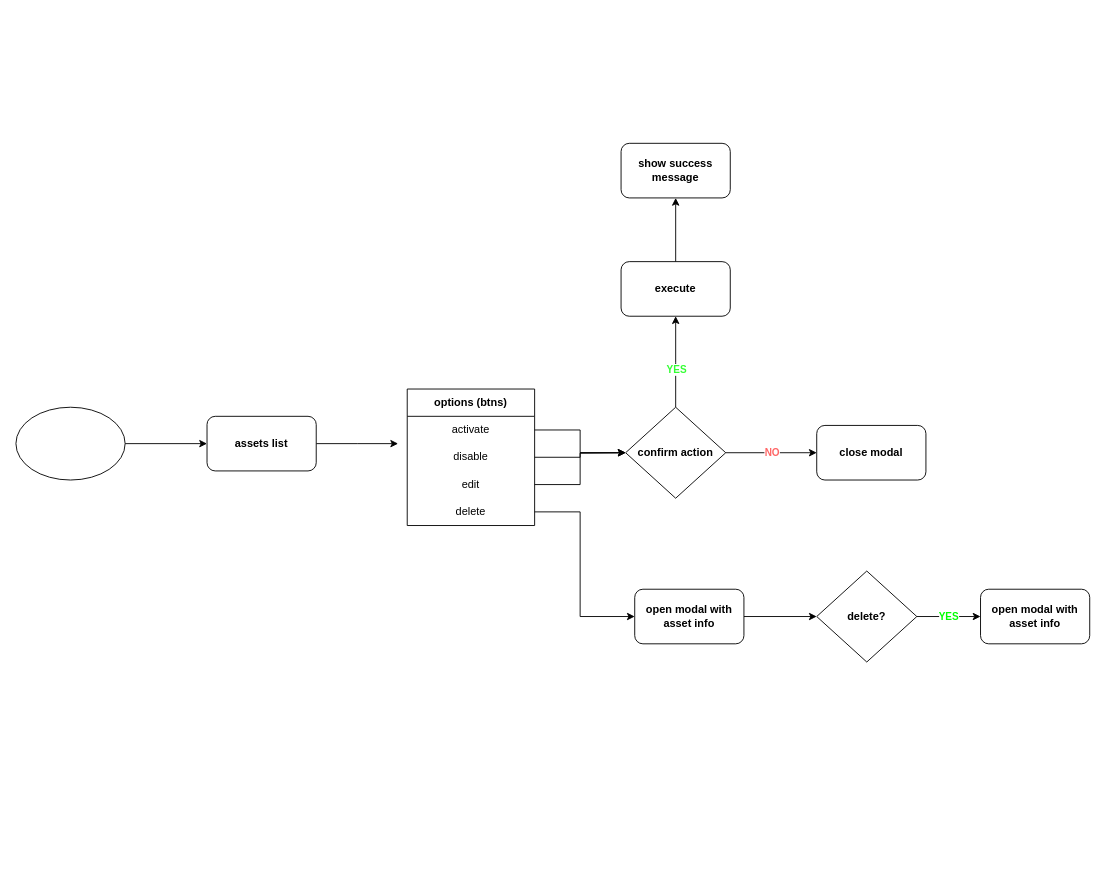
Earlier version of the draw.io diagram diagrams/listar-editar-ativos.drawio (matheus98g/controle-de-ativos-senac). Source tidied: cells renumbered, new cells numbered last; positions are measured from the earlier drawing's top-left corner, leaving out a move shared by most shapes. Both pictures are drawn from the tidied source at 91%, with x=0, y=0 at pixel (15, 143).
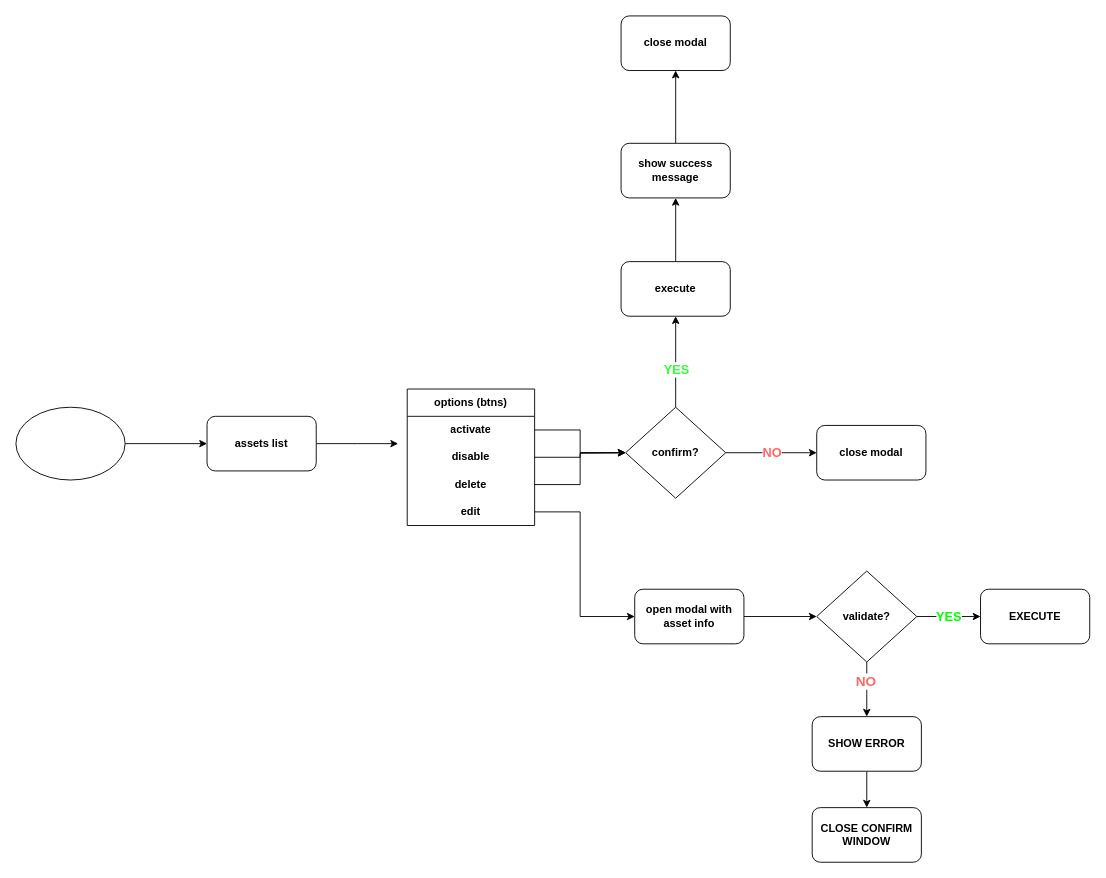
After the change.

The change refers to these unchanged cells:
```xml
<mxCell id="6" value="options (btns)" style="swimlane;fontStyle=1;horizontal=1;startSize=30;whiteSpace=wrap;html=1;" parent="1" vertex="1">
  <mxGeometry x="430" y="270" width="140" height="150" as="geometry" />
</mxCell>
<mxCell id="13" style="edgeStyle=orthogonalEdgeStyle;rounded=0;jettySize=auto;html=1;" parent="1" edge="1" source="17">
  <mxGeometry relative="1" as="geometry">
    <mxPoint x="725" y="190" as="targetPoint" />
  </mxGeometry>
</mxCell>
<mxCell id="15" style="edgeStyle=orthogonalEdgeStyle;rounded=0;jettySize=auto;html=1;entryX=0;entryY=0.5;entryDx=0;entryDy=0;" parent="1" edge="1" source="17" target="21">
  <mxGeometry relative="1" as="geometry" />
</mxCell>
<mxCell id="25" style="edgeStyle=orthogonalEdgeStyle;rounded=0;jettySize=auto;html=1;entryX=0;entryY=0.5;entryDx=0;entryDy=0;" parent="1" edge="1" source="27" target="28">
  <mxGeometry relative="1" as="geometry" />
</mxCell>
<mxCell id="29" value="show success message" style="rounded=1;whiteSpace=wrap;html=1;fontStyle=1;" parent="1" vertex="1">
  <mxGeometry x="665" width="120" height="60" as="geometry" />
</mxCell>
```

Diff of the diagram source:
```diff
@@
-    <mxCell id="8" value="activate" style="text;strokeColor=none;fillColor=none;align=center;verticalAlign=middle;spacingLeft=4;spacingRight=4;overflow=hidden;points=[[0,0.5],[1,0.5]];portConstraint=eastwest;whiteSpace=wrap;html=1;" parent="6" vertex="1">
+    <mxCell id="8" value="activate" style="text;strokeColor=none;fillColor=none;align=center;verticalAlign=middle;spacingLeft=4;spacingRight=4;overflow=hidden;points=[[0,0.5],[1,0.5]];portConstraint=eastwest;whiteSpace=wrap;html=1;fontStyle=1;" parent="6" vertex="1">
       <mxGeometry y="30" width="140" height="30" as="geometry" />
     </mxCell>
@@
-    <mxCell id="10" value="disable" style="text;strokeColor=none;fillColor=none;align=center;verticalAlign=middle;spacingLeft=4;spacingRight=4;overflow=hidden;points=[[0,0.5],[1,0.5]];portConstraint=eastwest;whiteSpace=wrap;html=1;" parent="6" vertex="1">
+    <mxCell id="10" value="disable" style="text;strokeColor=none;fillColor=none;align=center;verticalAlign=middle;spacingLeft=4;spacingRight=4;overflow=hidden;points=[[0,0.5],[1,0.5]];portConstraint=eastwest;whiteSpace=wrap;html=1;fontStyle=1;" parent="6" vertex="1">
       <mxGeometry y="60" width="140" height="30" as="geometry" />
     </mxCell>
-    <mxCell id="11" value="edit" style="text;strokeColor=none;fillColor=none;align=center;verticalAlign=middle;spacingLeft=4;spacingRight=4;overflow=hidden;points=[[0,0.5],[1,0.5]];portConstraint=eastwest;whiteSpace=wrap;html=1;" parent="6" vertex="1">
+    <mxCell id="11" value="delete" style="text;strokeColor=none;fillColor=none;align=center;verticalAlign=middle;spacingLeft=4;spacingRight=4;overflow=hidden;points=[[0,0.5],[1,0.5]];portConstraint=eastwest;whiteSpace=wrap;html=1;fontStyle=1;" parent="6" vertex="1">
       <mxGeometry y="90" width="140" height="30" as="geometry" />
     </mxCell>
-    <mxCell id="12" value="delete" style="text;strokeColor=none;fillColor=none;align=center;verticalAlign=middle;spacingLeft=4;spacingRight=4;overflow=hidden;points=[[0,0.5],[1,0.5]];portConstraint=eastwest;whiteSpace=wrap;html=1;" parent="6" vertex="1">
+    <mxCell id="12" value="edit" style="text;strokeColor=none;fillColor=none;align=center;verticalAlign=middle;spacingLeft=4;spacingRight=4;overflow=hidden;points=[[0,0.5],[1,0.5]];portConstraint=eastwest;whiteSpace=wrap;html=1;fontStyle=1;" parent="6" vertex="1">
       <mxGeometry y="120" width="140" height="30" as="geometry" />
     </mxCell>
@@
-    <mxCell id="14" value="&lt;font color=&quot;#33ff33&quot;&gt;&lt;b&gt;YES&lt;/b&gt;&lt;/font&gt;" style="edgeLabel;html=1;align=center;verticalAlign=middle;" parent="13" vertex="1">
+    <mxCell id="14" value="&lt;font size=&quot;1&quot; color=&quot;#33ff33&quot;&gt;&lt;b style=&quot;font-size: 14px;&quot;&gt;YES&lt;/b&gt;&lt;/font&gt;" style="edgeLabel;html=1;align=center;verticalAlign=middle;" parent="13" vertex="1">
       <mxGeometry x="-0.16" relative="1" as="geometry" />
     </mxCell>
@@
-    <mxCell id="16" value="&lt;font color=&quot;#ff6666&quot;&gt;NO&lt;/font&gt;" style="edgeLabel;html=1;align=center;verticalAlign=middle;fontStyle=1;" parent="15" vertex="1">
+    <mxCell id="16" value="&lt;font style=&quot;font-size: 14px;&quot; color=&quot;#ff6666&quot;&gt;NO&lt;/font&gt;" style="edgeLabel;html=1;align=center;verticalAlign=middle;fontStyle=1;" parent="15" vertex="1">
       <mxGeometry y="1" relative="1" as="geometry" />
     </mxCell>
-    <mxCell id="17" value="confirm action" style="rhombus;whiteSpace=wrap;html=1;fontStyle=1;" parent="1" vertex="1">
+    <mxCell id="17" value="confirm?" style="rhombus;whiteSpace=wrap;html=1;fontStyle=1;" parent="1" vertex="1">
       <mxGeometry x="670" y="290" width="110" height="100" as="geometry" />
     </mxCell>
@@
-    <mxCell id="26" value="&lt;font color=&quot;#00ff00&quot;&gt;&lt;b&gt;YES&lt;/b&gt;&lt;/font&gt;" style="edgeLabel;html=1;align=center;verticalAlign=middle;" parent="25" vertex="1">
+    <mxCell id="26" value="&lt;font size=&quot;1&quot; color=&quot;#00ff00&quot;&gt;&lt;b style=&quot;font-size: 14px;&quot;&gt;YES&lt;/b&gt;&lt;/font&gt;" style="edgeLabel;html=1;align=center;verticalAlign=middle;" parent="25" vertex="1">
       <mxGeometry x="-0.02" y="1" relative="1" as="geometry" />
     </mxCell>
+    <mxCell id="30" style="edgeStyle=orthogonalEdgeStyle;rounded=0;jettySize=auto;html=1;" parent="1" edge="1" source="27">
+      <mxGeometry relative="1" as="geometry">
+        <mxPoint x="935" y="630" as="targetPoint" />
+      </mxGeometry>
+    </mxCell>
+    <mxCell id="31" value="&lt;font style=&quot;font-size: 15px;&quot; color=&quot;#ff6666&quot;&gt;NO&lt;/font&gt;" style="edgeLabel;html=1;align=center;verticalAlign=middle;fontStyle=1;" parent="30" vertex="1">
+      <mxGeometry x="-0.33" y="-2" relative="1" as="geometry" />
+    </mxCell>
-    <mxCell id="27" value="delete?" style="rhombus;whiteSpace=wrap;html=1;fontStyle=1;" parent="1" vertex="1">
+    <mxCell id="27" value="validate?" style="rhombus;whiteSpace=wrap;html=1;fontStyle=1;" parent="1" vertex="1">
       <mxGeometry x="880" y="470" width="110" height="100" as="geometry" />
     </mxCell>
-    <mxCell id="28" value="open modal with asset info" style="rounded=1;whiteSpace=wrap;html=1;fontStyle=1;" parent="1" vertex="1">
+    <mxCell id="28" value="EXECUTE" style="rounded=1;whiteSpace=wrap;html=1;fontStyle=1;" parent="1" vertex="1">
       <mxGeometry x="1060" y="490" width="120" height="60" as="geometry" />
     </mxCell>
+    <mxCell id="32" style="edgeStyle=orthogonalEdgeStyle;rounded=0;jettySize=auto;html=1;" parent="1" edge="1" source="29" target="33">
+      <mxGeometry relative="1" as="geometry" />
+    </mxCell>
@@
+    <mxCell id="33" value="close modal" style="whiteSpace=wrap;html=1;rounded=1;fontStyle=1;" parent="1" vertex="1">
+      <mxGeometry x="665" y="-140" width="120" height="60" as="geometry" />
+    </mxCell>
+    <mxCell id="34" style="edgeStyle=orthogonalEdgeStyle;rounded=0;jettySize=auto;html=1;" parent="1" edge="1" source="35" target="36">
+      <mxGeometry relative="1" as="geometry" />
+    </mxCell>
+    <mxCell id="35" value="SHOW ERROR" style="rounded=1;whiteSpace=wrap;html=1;fontStyle=1;" parent="1" vertex="1">
+      <mxGeometry x="875" y="630" width="120" height="60" as="geometry" />
+    </mxCell>
+    <mxCell id="36" value="CLOSE CONFIRM WINDOW" style="rounded=1;whiteSpace=wrap;html=1;fontStyle=1;" parent="1" vertex="1">
+      <mxGeometry x="875" y="730" width="120" height="60" as="geometry" />
+    </mxCell>
```
